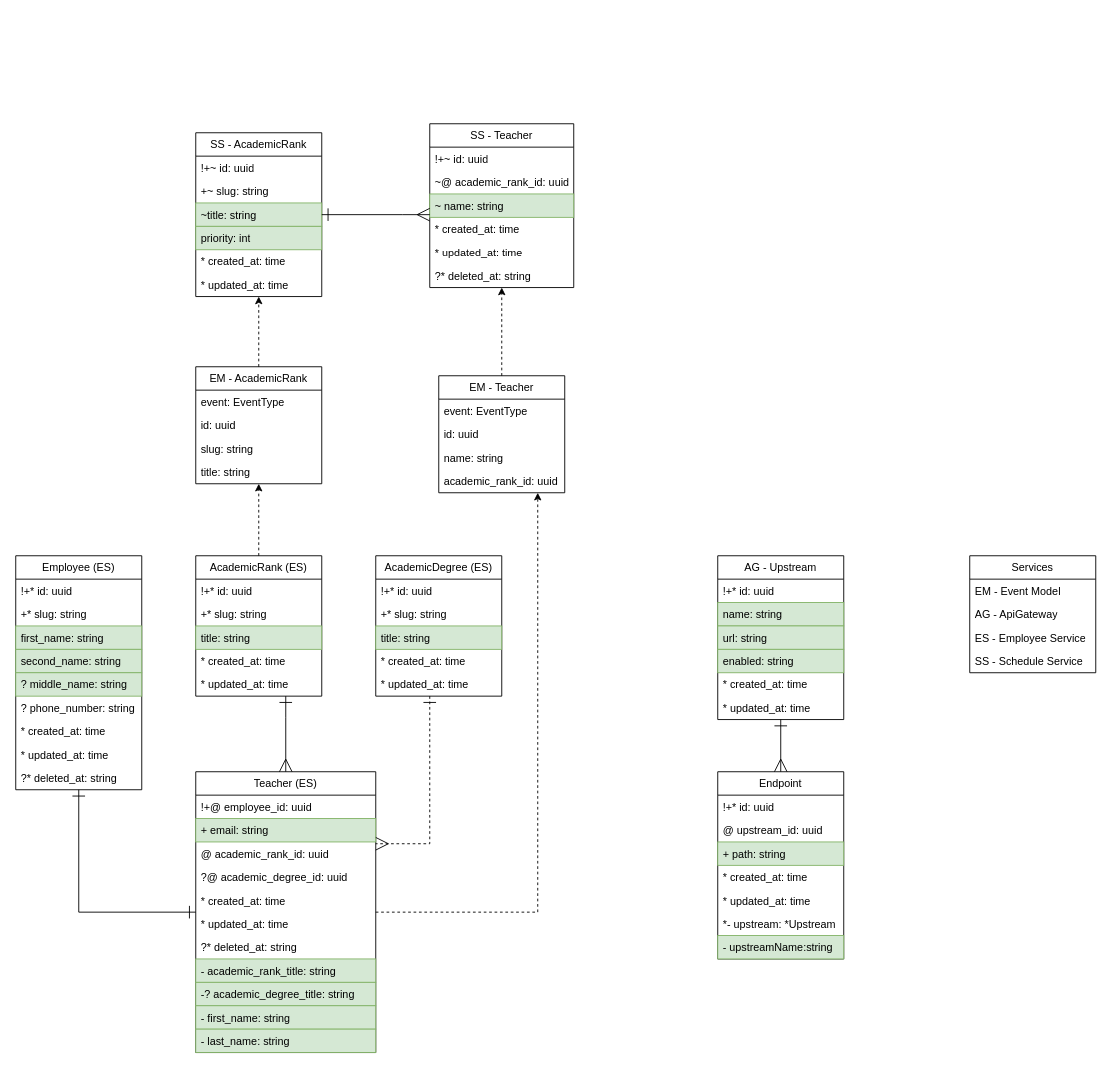
Earlier version of the draw.io diagram page "General" (2 of 6) of docs/entity_relationship.drawio (IrusHunter/duckademic). Source tidied: cells renumbered, new cells numbered last; positions are measured from the earlier drawing's top-left corner, leaving out a move shared by most shapes. Both pictures are drawn from the tidied source at 90%, with x=0, y=0 at pixel (15, 123).
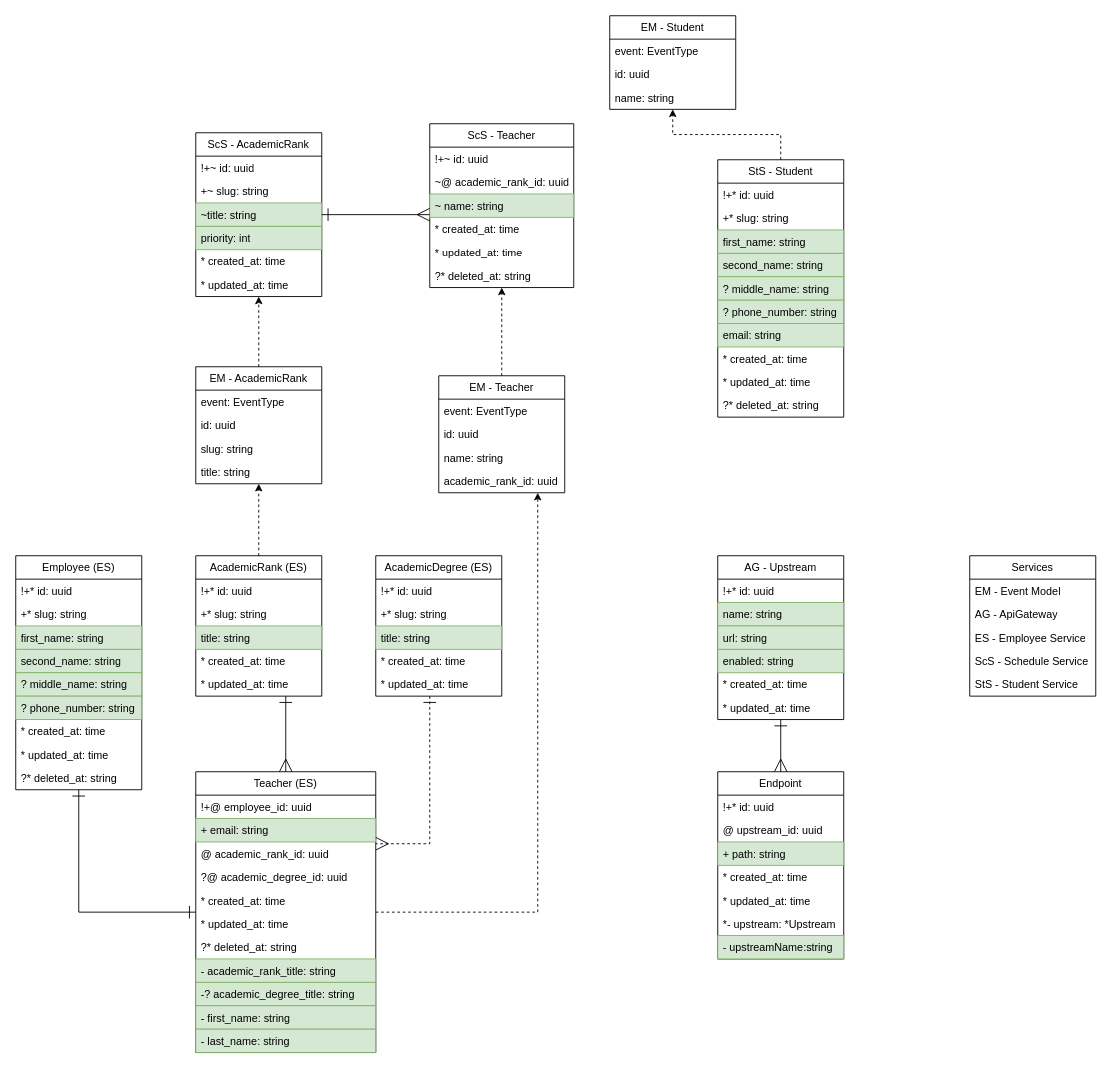
After the change.

Unchanged cells that the change refers to:
```xml
<mxCell id="36" value="Employee (ES)" style="swimlane;fontStyle=0;horizontal=1;startSize=26;fillColor=none;whiteSpace=wrap;html=1;" parent="1" vertex="1">
  <mxGeometry y="480" width="140" height="260" as="geometry" />
</mxCell>
```

Change to the diagram source:
```diff
@@
     <mxCell id="18" value="Services" style="swimlane;fontStyle=0;horizontal=1;startSize=26;fillColor=none;whiteSpace=wrap;html=1;" parent="1" vertex="1">
-      <mxGeometry x="1060" y="480" width="140" height="130" as="geometry" />
+      <mxGeometry x="1060" y="480" width="140" height="156" as="geometry" />
     </mxCell>
@@
-    <mxCell id="22" value="SS - Schedule Service" style="text;strokeColor=none;fillColor=none;align=left;verticalAlign=top;spacingLeft=4;spacingRight=4;overflow=hidden;whiteSpace=wrap;html=1;" parent="18" vertex="1">
+    <mxCell id="22" value="ScS - Schedule Service" style="text;strokeColor=none;fillColor=none;align=left;verticalAlign=top;spacingLeft=4;spacingRight=4;overflow=hidden;whiteSpace=wrap;html=1;" parent="18" vertex="1">
       <mxGeometry y="104" width="140" height="26" as="geometry" />
     </mxCell>
+    <mxCell id="89" value="StS - Student Service" style="text;strokeColor=none;fillColor=none;align=left;verticalAlign=top;spacingLeft=4;spacingRight=4;overflow=hidden;whiteSpace=wrap;html=1;" parent="18" vertex="1">
+      <mxGeometry y="130" width="140" height="26" as="geometry" />
+    </mxCell>
@@
-    <mxCell id="42" value="? phone_number: string" style="text;strokeColor=none;fillColor=none;align=left;verticalAlign=top;spacingLeft=4;spacingRight=4;overflow=hidden;whiteSpace=wrap;html=1;" parent="36" vertex="1">
+    <mxCell id="42" value="? phone_number: string" style="text;strokeColor=#82b366;fillColor=#d5e8d4;align=left;verticalAlign=top;spacingLeft=4;spacingRight=4;overflow=hidden;whiteSpace=wrap;html=1;" parent="36" vertex="1">
       <mxGeometry y="156" width="140" height="26" as="geometry" />
     </mxCell>
@@
-    <mxCell id="67" value="SS - AcademicRank" style="swimlane;fontStyle=0;horizontal=1;startSize=26;fillColor=none;whiteSpace=wrap;html=1;" parent="1" vertex="1">
+    <mxCell id="67" value="ScS - AcademicRank" style="swimlane;fontStyle=0;horizontal=1;startSize=26;fillColor=none;whiteSpace=wrap;html=1;" parent="1" vertex="1">
       <mxGeometry x="200" y="10" width="140" height="182" as="geometry" />
     </mxCell>
@@
-    <mxCell id="74" value="SS - Teacher" style="swimlane;fontStyle=0;horizontal=1;startSize=26;fillColor=none;whiteSpace=wrap;html=1;" parent="1" vertex="1">
+    <mxCell id="74" value="ScS - Teacher" style="swimlane;fontStyle=0;horizontal=1;startSize=26;fillColor=none;whiteSpace=wrap;html=1;" parent="1" vertex="1">
       <mxGeometry x="460" width="160" height="182" as="geometry" />
     </mxCell>
@@
+    <mxCell id="90" value="StS - Student" style="swimlane;fontStyle=0;horizontal=1;startSize=26;fillColor=none;whiteSpace=wrap;html=1;" parent="1" vertex="1">
+      <mxGeometry x="780" y="40" width="140" height="286" as="geometry" />
+    </mxCell>
+    <mxCell id="91" value="!+* id: uuid" style="text;strokeColor=none;fillColor=none;align=left;verticalAlign=top;spacingLeft=4;spacingRight=4;overflow=hidden;whiteSpace=wrap;html=1;" parent="90" vertex="1">
+      <mxGeometry y="26" width="140" height="26" as="geometry" />
+    </mxCell>
+    <mxCell id="92" value="+* slug: string" style="text;strokeColor=none;fillColor=none;align=left;verticalAlign=top;spacingLeft=4;spacingRight=4;overflow=hidden;whiteSpace=wrap;html=1;" parent="90" vertex="1">
+      <mxGeometry y="52" width="140" height="26" as="geometry" />
+    </mxCell>
+    <mxCell id="93" value="first_name: string" style="text;strokeColor=#82b366;fillColor=#d5e8d4;align=left;verticalAlign=top;spacingLeft=4;spacingRight=4;overflow=hidden;whiteSpace=wrap;html=1;" parent="90" vertex="1">
+      <mxGeometry y="78" width="140" height="26" as="geometry" />
+    </mxCell>
+    <mxCell id="94" value="second_name: string" style="text;strokeColor=#82b366;fillColor=#d5e8d4;align=left;verticalAlign=top;spacingLeft=4;spacingRight=4;overflow=hidden;whiteSpace=wrap;html=1;" parent="90" vertex="1">
+      <mxGeometry y="104" width="140" height="26" as="geometry" />
+    </mxCell>
+    <mxCell id="95" value="? middle_name: string" style="text;strokeColor=#82b366;fillColor=#d5e8d4;align=left;verticalAlign=top;spacingLeft=4;spacingRight=4;overflow=hidden;whiteSpace=wrap;html=1;" parent="90" vertex="1">
+      <mxGeometry y="130" width="140" height="26" as="geometry" />
+    </mxCell>
+    <mxCell id="96" value="? phone_number: string" style="text;strokeColor=#82b366;fillColor=#d5e8d4;align=left;verticalAlign=top;spacingLeft=4;spacingRight=4;overflow=hidden;whiteSpace=wrap;html=1;" parent="90" vertex="1">
+      <mxGeometry y="156" width="140" height="26" as="geometry" />
+    </mxCell>
+    <mxCell id="97" value="email: string" style="text;strokeColor=#82b366;fillColor=#d5e8d4;align=left;verticalAlign=top;spacingLeft=4;spacingRight=4;overflow=hidden;whiteSpace=wrap;html=1;" parent="90" vertex="1">
+      <mxGeometry y="182" width="140" height="26" as="geometry" />
+    </mxCell>
+    <mxCell id="98" value="* created_at: time" style="text;strokeColor=none;fillColor=none;align=left;verticalAlign=top;spacingLeft=4;spacingRight=4;overflow=hidden;whiteSpace=wrap;html=1;" parent="90" vertex="1">
+      <mxGeometry y="208" width="140" height="26" as="geometry" />
+    </mxCell>
+    <mxCell id="99" value="* updated_at: time" style="text;strokeColor=none;fillColor=none;align=left;verticalAlign=top;spacingLeft=4;spacingRight=4;overflow=hidden;whiteSpace=wrap;html=1;" parent="90" vertex="1">
+      <mxGeometry y="234" width="140" height="26" as="geometry" />
+    </mxCell>
+    <mxCell id="100" value="?* deleted_at: string" style="text;strokeColor=none;fillColor=none;align=left;verticalAlign=top;spacingLeft=4;spacingRight=4;overflow=hidden;whiteSpace=wrap;html=1;" parent="90" vertex="1">
+      <mxGeometry y="260" width="140" height="26" as="geometry" />
+    </mxCell>
+    <mxCell id="101" value="EM - Student" style="swimlane;fontStyle=0;horizontal=1;startSize=26;fillColor=none;whiteSpace=wrap;html=1;" parent="1" vertex="1">
+      <mxGeometry x="660" y="-120" width="140" height="104" as="geometry" />
+    </mxCell>
+    <mxCell id="102" value="event: EventType" style="text;strokeColor=none;fillColor=none;align=left;verticalAlign=top;spacingLeft=4;spacingRight=4;overflow=hidden;whiteSpace=wrap;html=1;" parent="101" vertex="1">
+      <mxGeometry y="26" width="140" height="26" as="geometry" />
+    </mxCell>
+    <mxCell id="103" value="id: uuid" style="text;strokeColor=none;fillColor=none;align=left;verticalAlign=top;spacingLeft=4;spacingRight=4;overflow=hidden;whiteSpace=wrap;html=1;" parent="101" vertex="1">
+      <mxGeometry y="52" width="140" height="26" as="geometry" />
+    </mxCell>
+    <mxCell id="104" value="name: string" style="text;strokeColor=none;fillColor=none;align=left;verticalAlign=top;spacingLeft=4;spacingRight=4;overflow=hidden;whiteSpace=wrap;html=1;" parent="101" vertex="1">
+      <mxGeometry y="78" width="140" height="26" as="geometry" />
+    </mxCell>
+    <mxCell id="105" style="edgeStyle=orthogonalEdgeStyle;html=1;rounded=0;dashed=1;" parent="1" edge="1" source="90" target="101">
+      <mxGeometry relative="1" as="geometry" />
+    </mxCell>
```
